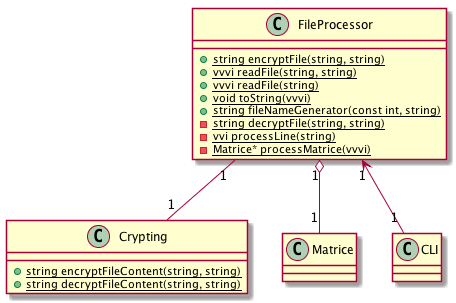
Earlier version of the PlantUML export report/src/ressources/graph/FileProcessor.png (vdesgrange/PatternSearch). Source of this version:
```plantuml
@startuml

class FileProcessor {
    +{static} string encryptFile(string, string)
    +{static} vvvi readFile(string, string)
    +{static} vvvi readFile(string)
    +{static} void toString(vvvi)
    +{static} string fileNameGenerator(const int, string)
    -{static} string decryptFile(string, string)
    -{static} vvi processLine(string)
    -{static} Matrice* processMatrice(vvvi)
}

class Crypting {
    +{static} string encryptFileContent(string, string)
    +{static} string decryptFileContent(string, string)
}

class Matrice
class CLI

FileProcessor "1" -- "1" Crypting
FileProcessor "1" o-- "1" Matrice
FileProcessor "1" <-- "1" CLI

@enduml
```
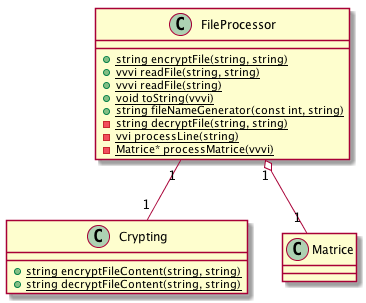
After the commit.

What changed in the source:
```diff
@@ -17,10 +17,8 @@
 }
 
 class Matrice
-class CLI
 
 FileProcessor "1" -- "1" Crypting
 FileProcessor "1" o-- "1" Matrice
-FileProcessor "1" <-- "1" CLI
 
 @enduml
```
